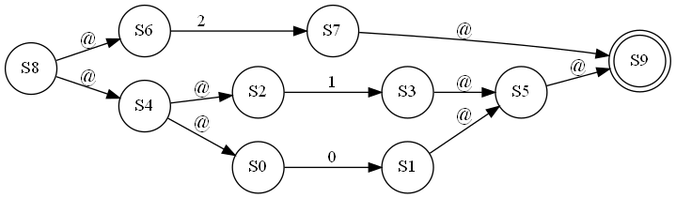
Earlier version of the Graphviz export finalCode/test-output/round-table.gv.png (abdelazizSalah/RegExp_NFA_DFA_DFAMinimization). Its source is kept beside it as finalCode/test-output/round-table.gv.
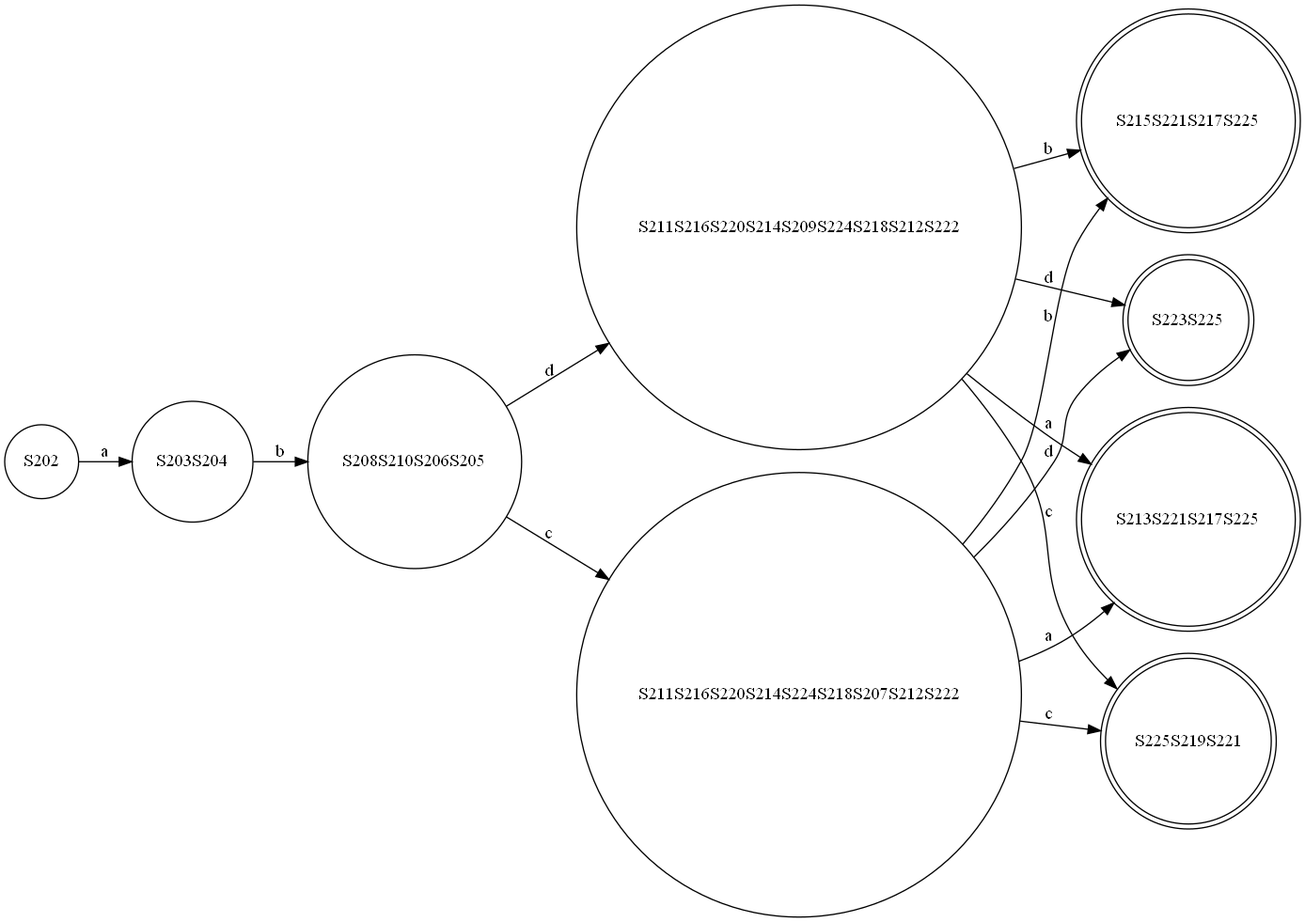
The same diagram one commit later.

The edit, as a diff of the source:
```diff
@@ -1,23 +1,24 @@
 digraph {
 	graph [rankdir=LR]
-	S6 [label=S6 shape=circle]
-	S6 -> S7 [label=d]
-	S7 [label=S7 shape=circle]
-	S7 -> S9 [label="@"]
-	S0 [label=S0 shape=circle]
-	S0 -> S1 [label=a]
-	S1 [label=S1 shape=circle]
-	S1 -> S2 [label="@"]
-	S2 [label=S2 shape=circle]
-	S2 -> S3 [label=b]
-	S3 [label=S3 shape=circle]
-	S3 -> S4 [label="@"]
-	S4 [label=S4 shape=circle]
-	S4 -> S5 [label=c]
-	S5 [label=S5 shape=circle]
-	S5 -> S9 [label="@"]
-	S8 [label=S8 shape=circle]
-	S8 -> S6 [label="@"]
-	S8 -> S0 [label="@"]
-	S9 [label=S9 shape=doublecircle]
+	S202 [label=S202 shape=circle]
+	S202 -> S203S204 [label=a]
+	S203S204 [label=S203S204 shape=circle]
+	S203S204 -> S208S210S206S205 [label=b]
+	S208S210S206S205 [label=S208S210S206S205 shape=circle]
+	S208S210S206S205 -> S211S216S220S214S209S224S218S212S222 [label=d]
+	S208S210S206S205 -> S211S216S220S214S224S218S207S212S222 [label=c]
+	S211S216S220S214S209S224S218S212S222 [label=S211S216S220S214S209S224S218S212S222 shape=circle]
+	S211S216S220S214S209S224S218S212S222 -> S215S221S217S225 [label=b]
+	S211S216S220S214S209S224S218S212S222 -> S225S219S221 [label=c]
+	S211S216S220S214S209S224S218S212S222 -> S213S221S217S225 [label=a]
+	S211S216S220S214S209S224S218S212S222 -> S223S225 [label=d]
+	S211S216S220S214S224S218S207S212S222 [label=S211S216S220S214S224S218S207S212S222 shape=circle]
+	S211S216S220S214S224S218S207S212S222 -> S215S221S217S225 [label=b]
+	S211S216S220S214S224S218S207S212S222 -> S225S219S221 [label=c]
+	S211S216S220S214S224S218S207S212S222 -> S213S221S217S225 [label=a]
+	S211S216S220S214S224S218S207S212S222 -> S223S225 [label=d]
+	S215S221S217S225 [label=S215S221S217S225 shape=doublecircle]
+	S225S219S221 [label=S225S219S221 shape=doublecircle]
+	S213S221S217S225 [label=S213S221S217S225 shape=doublecircle]
+	S223S225 [label=S223S225 shape=doublecircle]
 }
```
